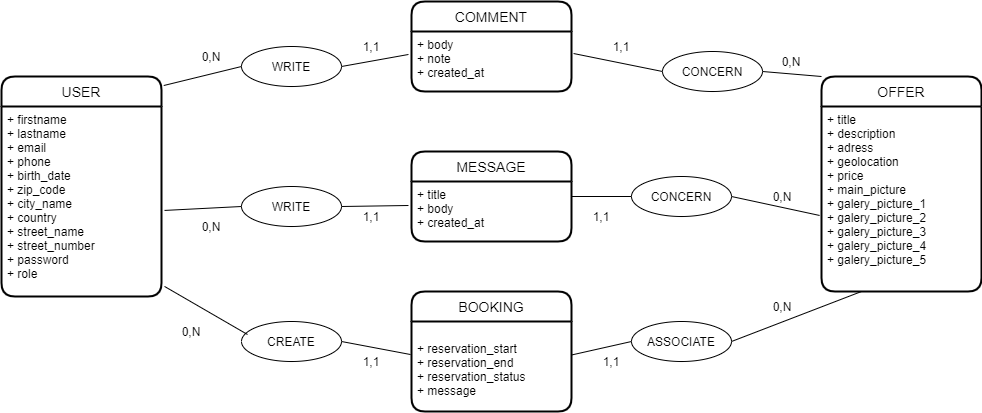
This is docs/mcd.png from AllisonRenaud/projet-fin-formation, a draw.io export, as it was before one commit. Source tidied: cells renumbered, new cells last; positions are measured from the earlier drawing's top-left corner, leaving out a move shared by most shapes.
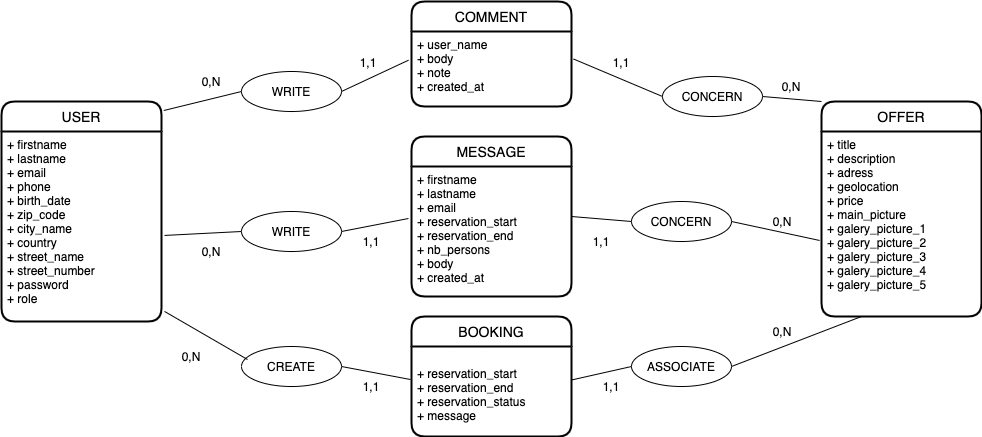
After the commit.

What changed in the source:
```diff
@@ -24,16 +24,16 @@
       <mxGeometry y="30" width="160" height="90" as="geometry" />
     </mxCell>
     <mxCell id="9" value="COMMENT" style="swimlane;horizontal=1;startSize=30;rounded=1;fontSize=14;fontStyle=0;strokeWidth=2;shadow=0;dashed=0;align=center;" parent="1" vertex="1">
-      <mxGeometry x="410" width="160" height="90" as="geometry" />
+      <mxGeometry x="410" y="-25" width="160" height="105" as="geometry" />
     </mxCell>
-    <mxCell id="10" value="+ body&#10;+ note&#10;+ created_at" style="align=left;strokeColor=none;fillColor=none;spacingLeft=4;fontSize=12;verticalAlign=top;" parent="9" vertex="1">
-      <mxGeometry y="30" width="160" height="60" as="geometry" />
+    <mxCell id="10" value="+ user_name&#10;+ body&#10;+ note&#10;+ created_at" style="align=left;strokeColor=none;fillColor=none;spacingLeft=4;fontSize=12;verticalAlign=top;" parent="9" vertex="1">
+      <mxGeometry y="30" width="160" height="75" as="geometry" />
     </mxCell>
     <mxCell id="11" value="MESSAGE" style="swimlane;horizontal=1;startSize=30;rounded=1;fontSize=14;fontStyle=0;strokeWidth=2;shadow=0;dashed=0;align=center;" parent="1" vertex="1">
-      <mxGeometry x="410" y="150" width="160" height="90" as="geometry" />
+      <mxGeometry x="410" y="110" width="160" height="160" as="geometry" />
     </mxCell>
-    <mxCell id="12" value="+ title&#10;+ body&#10;+ created_at&#10;" style="align=left;strokeColor=none;fillColor=none;spacingLeft=4;fontSize=12;verticalAlign=top;" parent="11" vertex="1">
-      <mxGeometry y="30" width="160" height="60" as="geometry" />
+    <mxCell id="12" value="+ firstname&#10;+ lastname&#10;+ email&#10;+ reservation_start&#10;+ reservation_end&#10;+ nb_persons&#10;+ body&#10;+ created_at&#10;" style="align=left;strokeColor=none;fillColor=none;spacingLeft=4;fontSize=12;verticalAlign=top;" parent="11" vertex="1">
+      <mxGeometry y="30" width="160" height="130" as="geometry" />
     </mxCell>
     <mxCell id="13" value="WRITE" style="ellipse;whiteSpace=wrap;html=1;align=center;" parent="1" vertex="1">
       <mxGeometry x="240" y="45" width="100" height="40" as="geometry" />
@@ -111,10 +111,10 @@
       <mxGeometry x="190" y="215" width="40" height="20" as="geometry" />
     </mxCell>
     <mxCell id="38" value="1,1" style="text;html=1;strokeColor=none;fillColor=none;align=center;verticalAlign=middle;whiteSpace=wrap;rounded=0;" parent="1" vertex="1">
-      <mxGeometry x="600" y="35" width="40" height="20" as="geometry" />
+      <mxGeometry x="600" y="26" width="40" height="20" as="geometry" />
     </mxCell>
     <mxCell id="39" value="1,1" style="text;html=1;strokeColor=none;fillColor=none;align=center;verticalAlign=middle;whiteSpace=wrap;rounded=0;" parent="1" vertex="1">
-      <mxGeometry x="350" y="35" width="40" height="20" as="geometry" />
+      <mxGeometry x="347" y="26" width="40" height="20" as="geometry" />
     </mxCell>
     <mxCell id="40" value="0,N" style="text;html=1;strokeColor=none;fillColor=none;align=center;verticalAlign=middle;whiteSpace=wrap;rounded=0;" parent="1" vertex="1">
       <mxGeometry x="190" y="45" width="40" height="20" as="geometry" />
```
